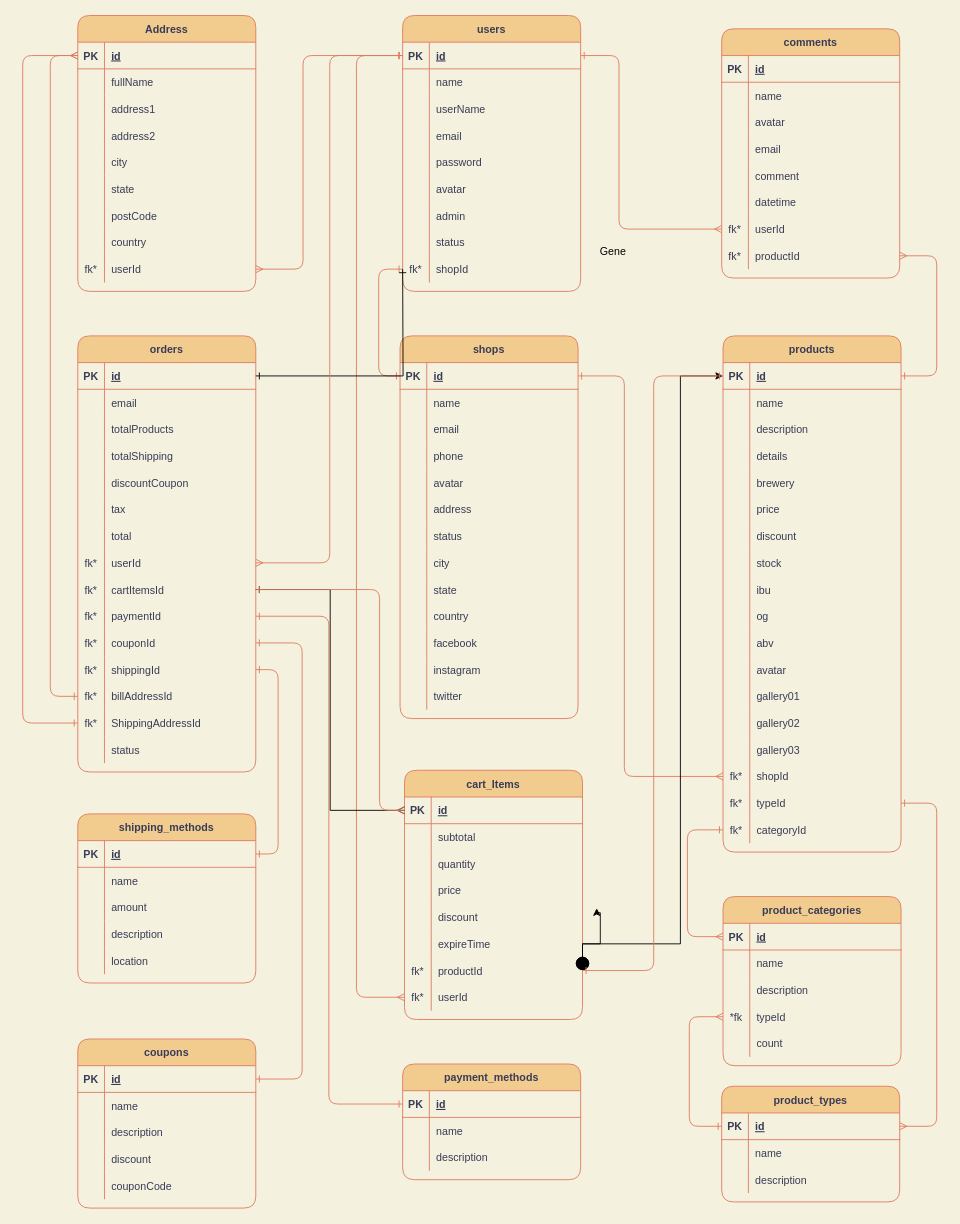
The draw.io diagram page "Page-1" (1 of 2) of database/model.drawio in 0920CDFSNCN27ARED/grupo-12, before the edit. Source tidied: cells renumbered, new cells numbered last; positions are measured from the earlier drawing's top-left corner, leaving out a move shared by most shapes. Both pictures are drawn from the tidied source at 89%, with x=0, y=0 at pixel (22, 15).
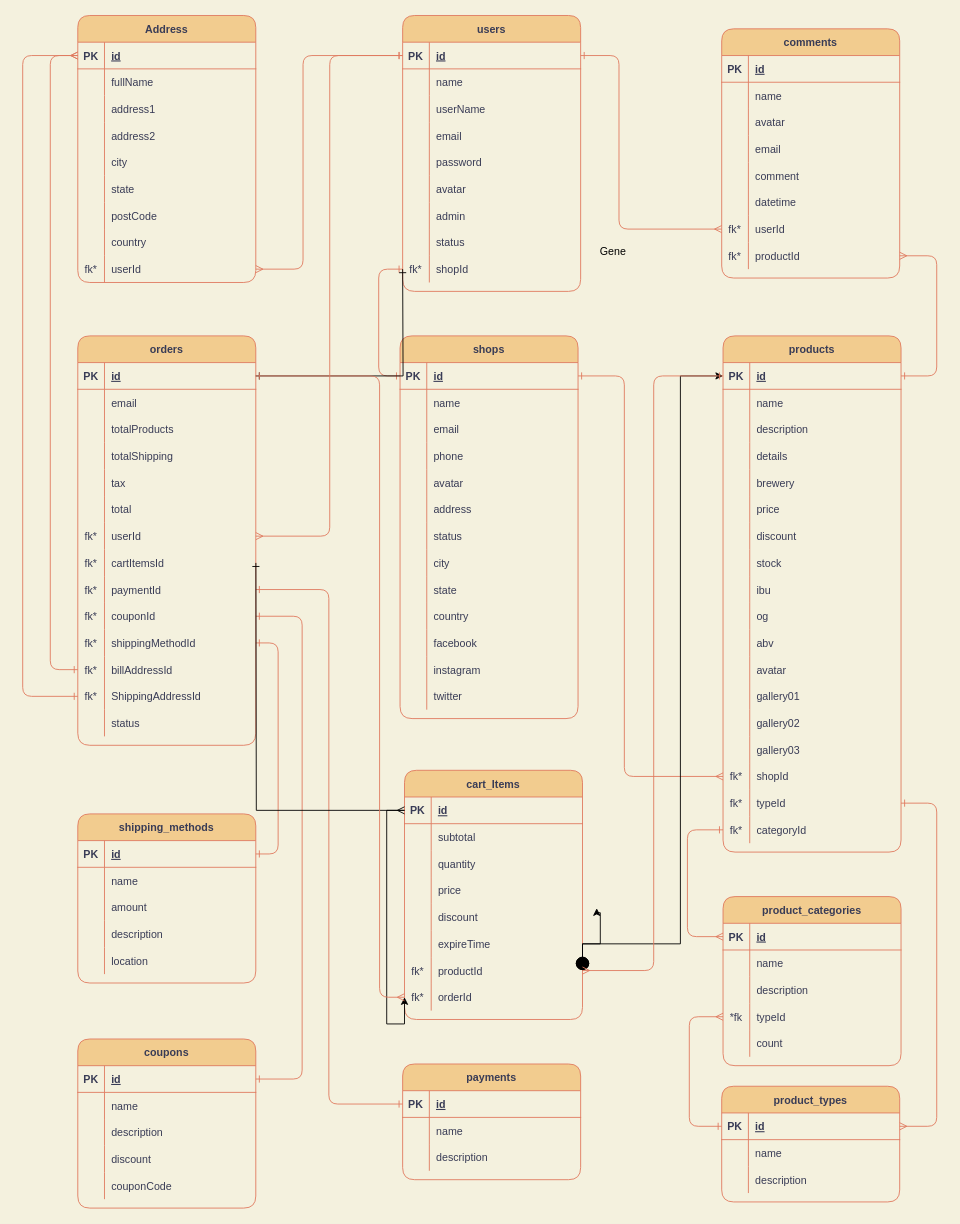
Above is the later version.

The change refers to these unchanged cells:
```xml
<mxCell id="3" style="shape=partialRectangle;fillColor=none;top=0;left=0;bottom=1;right=0;points=[[0,0.5],[1,0.5]];portConstraint=eastwest;rounded=1;strokeColor=#E07A5F;fontColor=#393C56;" parent="2" vertex="1">
  <mxGeometry y="30" width="200" height="30" as="geometry" />
</mxCell>
<mxCell id="56" style="shape=partialRectangle;fillColor=none;top=0;left=0;bottom=1;right=0;points=[[0,0.5],[1,0.5]];portConstraint=eastwest;rounded=1;strokeColor=#E07A5F;fontColor=#393C56;" parent="55" vertex="1">
  <mxGeometry y="30" width="200" height="30" as="geometry" />
</mxCell>
<mxCell id="111" style="shape=partialRectangle;fillColor=none;top=0;left=0;bottom=1;right=0;points=[[0,0.5],[1,0.5]];portConstraint=eastwest;rounded=1;strokeColor=#E07A5F;fontColor=#393C56;" parent="110" vertex="1">
  <mxGeometry y="30" width="200" height="30" as="geometry" />
</mxCell>
<mxCell id="157" style="shape=partialRectangle;fillColor=none;top=0;left=0;bottom=1;right=0;points=[[0,0.5],[1,0.5]];portConstraint=eastwest;rounded=1;strokeColor=#E07A5F;fontColor=#393C56;" parent="156" vertex="1">
  <mxGeometry y="30" width="200" height="30" as="geometry" />
</mxCell>
<mxCell id="183" style="shape=partialRectangle;fillColor=none;top=0;left=0;bottom=1;right=0;points=[[0,0.5],[1,0.5]];portConstraint=eastwest;rounded=1;strokeColor=#E07A5F;fontColor=#393C56;" parent="182" vertex="1">
  <mxGeometry y="30" width="200" height="30" as="geometry" />
</mxCell>
<mxCell id="198" value="cart_Items" style="shape=table;startSize=30;childLayout=tableLayout;rowLines=0;fontStyle=1;align=center;rounded=1;fillColor=#F2CC8F;strokeColor=#E07A5F;fontColor=#393C56;" parent="1" vertex="1">
  <mxGeometry x="429" y="848" width="200" height="280" as="geometry" />
</mxCell>
<mxCell id="199" style="shape=partialRectangle;fillColor=none;top=0;left=0;bottom=1;right=0;points=[[0,0.5],[1,0.5]];portConstraint=eastwest;rounded=1;strokeColor=#E07A5F;fontColor=#393C56;" parent="198" vertex="1">
  <mxGeometry y="30" width="200" height="30" as="geometry" />
</mxCell>
<mxCell id="217" style="shape=partialRectangle;fillColor=none;top=0;left=0;bottom=0;right=0;points=[[0,0.5],[1,0.5]];portConstraint=eastwest;rounded=1;strokeColor=#E07A5F;fontColor=#393C56;" parent="198" vertex="1">
  <mxGeometry y="210" width="200" height="30" as="geometry" />
</mxCell>
<mxCell id="220" style="shape=partialRectangle;fillColor=none;top=0;left=0;bottom=0;right=0;points=[[0,0.5],[1,0.5]];portConstraint=eastwest;rounded=1;strokeColor=#E07A5F;fontColor=#393C56;" parent="198" vertex="1">
  <mxGeometry y="240" width="200" height="30" as="geometry" />
</mxCell>
<mxCell id="224" style="shape=partialRectangle;fillColor=none;top=0;left=0;bottom=1;right=0;points=[[0,0.5],[1,0.5]];portConstraint=eastwest;rounded=1;strokeColor=#E07A5F;fontColor=#393C56;" parent="223" vertex="1">
  <mxGeometry y="30" width="200" height="30" as="geometry" />
</mxCell>
<mxCell id="307" style="shape=partialRectangle;fillColor=none;top=0;left=0;bottom=1;right=0;points=[[0,0.5],[1,0.5]];portConstraint=eastwest;rounded=1;strokeColor=#E07A5F;fontColor=#393C56;" parent="306" vertex="1">
  <mxGeometry y="30" width="200" height="30" as="geometry" />
</mxCell>
```

What changed in the source:
```diff
@@
     <mxCell id="110" value="orders" style="shape=table;startSize=30;childLayout=tableLayout;rowLines=0;fontStyle=1;align=center;rounded=1;fillColor=#F2CC8F;strokeColor=#E07A5F;fontColor=#393C56;" parent="1" vertex="1">
-      <mxGeometry x="61.9" y="359.9" width="200" height="490" as="geometry" />
+      <mxGeometry x="61.9" y="359.9" width="200" height="460" as="geometry" />
     </mxCell>
@@
-    <mxCell id="123" style="shape=partialRectangle;fillColor=none;top=0;left=0;bottom=0;right=0;rounded=1;strokeColor=#E07A5F;fontColor=#393C56;" parent="110" vertex="1">
-      <mxGeometry y="150" width="200" height="30" as="geometry" />
-    </mxCell>
-    <mxCell id="124" style="shape=partialRectangle;fillColor=none;top=0;left=0;bottom=0;right=0;overflow=hidden;rounded=1;strokeColor=#E07A5F;fontColor=#393C56;" parent="123" vertex="1">
-      <mxGeometry width="30" height="30" as="geometry" />
-    </mxCell>
-    <mxCell id="125" value="discountCoupon" style="shape=partialRectangle;fillColor=none;top=0;left=0;bottom=0;right=0;align=left;spacingLeft=6;overflow=hidden;rounded=1;strokeColor=#E07A5F;fontColor=#393C56;" parent="123" vertex="1">
-      <mxGeometry x="30" width="170" height="30" as="geometry" />
-    </mxCell>
     <mxCell id="126" style="shape=partialRectangle;fillColor=none;top=0;left=0;bottom=0;right=0;rounded=1;strokeColor=#E07A5F;fontColor=#393C56;" parent="110" vertex="1">
-      <mxGeometry y="180" width="200" height="30" as="geometry" />
+      <mxGeometry y="150" width="200" height="30" as="geometry" />
     </mxCell>
@@
     <mxCell id="129" style="shape=partialRectangle;fillColor=none;top=0;left=0;bottom=0;right=0;rounded=1;strokeColor=#E07A5F;fontColor=#393C56;" parent="110" vertex="1">
-      <mxGeometry y="210" width="200" height="30" as="geometry" />
+      <mxGeometry y="180" width="200" height="30" as="geometry" />
     </mxCell>
@@
     <mxCell id="132" style="shape=partialRectangle;fillColor=none;top=0;left=0;bottom=0;right=0;points=[[0,0.5],[1,0.5]];portConstraint=eastwest;rounded=1;strokeColor=#E07A5F;fontColor=#393C56;" parent="110" vertex="1">
-      <mxGeometry y="240" width="200" height="30" as="geometry" />
+      <mxGeometry y="210" width="200" height="30" as="geometry" />
     </mxCell>
@@
     <mxCell id="135" style="shape=partialRectangle;fillColor=none;top=0;left=0;bottom=0;right=0;points=[[0,0.5],[1,0.5]];portConstraint=eastwest;rounded=1;strokeColor=#E07A5F;fontColor=#393C56;" parent="110" vertex="1">
-      <mxGeometry y="270" width="200" height="30" as="geometry" />
+      <mxGeometry y="240" width="200" height="30" as="geometry" />
     </mxCell>
@@
     <mxCell id="138" style="shape=partialRectangle;fillColor=none;top=0;left=0;bottom=0;right=0;points=[[0,0.5],[1,0.5]];portConstraint=eastwest;rounded=1;strokeColor=#E07A5F;fontColor=#393C56;" parent="110" vertex="1">
-      <mxGeometry y="300" width="200" height="30" as="geometry" />
+      <mxGeometry y="270" width="200" height="30" as="geometry" />
     </mxCell>
@@
     <mxCell id="141" style="shape=partialRectangle;fillColor=none;top=0;left=0;bottom=0;right=0;points=[[0,0.5],[1,0.5]];portConstraint=eastwest;rounded=1;strokeColor=#E07A5F;fontColor=#393C56;" parent="110" vertex="1">
-      <mxGeometry y="330" width="200" height="30" as="geometry" />
+      <mxGeometry y="300" width="200" height="30" as="geometry" />
     </mxCell>
@@
     <mxCell id="144" style="shape=partialRectangle;fillColor=none;top=0;left=0;bottom=0;right=0;points=[[0,0.5],[1,0.5]];portConstraint=eastwest;rounded=1;strokeColor=#E07A5F;fontColor=#393C56;" parent="110" vertex="1">
-      <mxGeometry y="360" width="200" height="30" as="geometry" />
+      <mxGeometry y="330" width="200" height="30" as="geometry" />
     </mxCell>
@@
-    <mxCell id="146" value="shippingId" style="shape=partialRectangle;fillColor=none;top=0;left=0;bottom=0;right=0;align=left;spacingLeft=6;overflow=hidden;rounded=1;strokeColor=#E07A5F;fontColor=#393C56;" parent="144" vertex="1">
+    <mxCell id="146" value="shippingMethodId" style="shape=partialRectangle;fillColor=none;top=0;left=0;bottom=0;right=0;align=left;spacingLeft=6;overflow=hidden;rounded=1;strokeColor=#E07A5F;fontColor=#393C56;" parent="144" vertex="1">
       <mxGeometry x="30" width="170" height="30" as="geometry" />
     </mxCell>
     <mxCell id="147" style="shape=partialRectangle;fillColor=none;top=0;left=0;bottom=0;right=0;points=[[0,0.5],[1,0.5]];portConstraint=eastwest;rounded=1;strokeColor=#E07A5F;fontColor=#393C56;" parent="110" vertex="1">
-      <mxGeometry y="390" width="200" height="30" as="geometry" />
+      <mxGeometry y="360" width="200" height="30" as="geometry" />
     </mxCell>
@@
     <mxCell id="150" style="shape=partialRectangle;fillColor=none;top=0;left=0;bottom=0;right=0;points=[[0,0.5],[1,0.5]];portConstraint=eastwest;rounded=1;strokeColor=#E07A5F;fontColor=#393C56;" parent="110" vertex="1">
-      <mxGeometry y="420" width="200" height="30" as="geometry" />
+      <mxGeometry y="390" width="200" height="30" as="geometry" />
     </mxCell>
@@
     <mxCell id="153" style="shape=partialRectangle;fillColor=none;top=0;left=0;bottom=0;right=0;rounded=1;strokeColor=#E07A5F;fontColor=#393C56;" parent="110" vertex="1">
-      <mxGeometry y="450" width="200" height="30" as="geometry" />
+      <mxGeometry y="420" width="200" height="30" as="geometry" />
     </mxCell>
@@
-    <mxCell id="156" value="payment_methods" style="shape=table;startSize=30;childLayout=tableLayout;rowLines=0;fontStyle=1;align=center;rounded=1;fillColor=#F2CC8F;strokeColor=#E07A5F;fontColor=#393C56;" parent="1" vertex="1">
+    <mxCell id="156" value="payments" style="shape=table;startSize=30;childLayout=tableLayout;rowLines=0;fontStyle=1;align=center;rounded=1;fillColor=#F2CC8F;strokeColor=#E07A5F;fontColor=#393C56;" parent="1" vertex="1">
       <mxGeometry x="426.9" y="1178" width="200" height="130" as="geometry" />
     </mxCell>
@@
+    <mxCell id="339" style="edgeStyle=orthogonalEdgeStyle;rounded=0;jettySize=auto;html=1;entryX=0;entryY=0.5;entryDx=0;entryDy=0;" parent="198" edge="1" target="220">
+      <mxGeometry relative="1" as="geometry">
+        <mxPoint y="45" as="sourcePoint" />
+        <Array as="points">
+          <mxPoint x="-20" y="45" />
+          <mxPoint x="-20" y="285" />
+        </Array>
+      </mxGeometry>
+    </mxCell>
@@
-    <mxCell id="222" value="userId" style="shape=partialRectangle;fillColor=none;top=0;left=0;bottom=0;right=0;align=left;spacingLeft=6;overflow=hidden;rounded=1;strokeColor=#E07A5F;fontColor=#393C56;" parent="220" vertex="1">
-      <mxGeometry x="30" width="170" height="30" as="geometry" />
-    </mxCell>
+    <mxCell id="340" value="orderId" style="shape=partialRectangle;fillColor=none;top=0;left=0;bottom=0;right=0;align=left;spacingLeft=6;overflow=hidden;rounded=1;strokeColor=#E07A5F;fontColor=#393C56;" parent="220" vertex="1">
+      <mxGeometry x="30" width="170" height="30" as="geometry" />
+    </mxCell>
@@
     <mxCell id="239" style="edgeStyle=orthogonalEdgeStyle;jettySize=auto;html=1;entryX=1;entryY=0.5;entryDx=0;entryDy=0;startArrow=ERone;startFill=0;endArrow=ERone;endFill=0;labelBackgroundColor=#F4F1DE;strokeColor=#E07A5F;fontColor=#393C56;exitX=1;exitY=0.5;exitDx=0;exitDy=0;" parent="1" edge="1" source="144" target="183">
       <mxGeometry relative="1" as="geometry">
         <Array as="points">
-          <mxPoint x="287" y="735" />
+          <mxPoint x="287" y="705" />
           <mxPoint x="287" y="942" />
         </Array>
       </mxGeometry>
     </mxCell>
     <mxCell id="240" style="edgeStyle=orthogonalEdgeStyle;jettySize=auto;html=1;exitX=1;exitY=0.5;exitDx=0;exitDy=0;entryX=1;entryY=0.5;entryDx=0;entryDy=0;startArrow=ERone;startFill=0;endArrow=ERone;endFill=0;labelBackgroundColor=#F4F1DE;strokeColor=#E07A5F;fontColor=#393C56;" parent="1" edge="1" source="141" target="224">
       <mxGeometry relative="1" as="geometry">
         <Array as="points">
-          <mxPoint x="314" y="705" />
+          <mxPoint x="314" y="675" />
           <mxPoint x="314" y="1195" />
         </Array>
       </mxGeometry>
     </mxCell>
     <mxCell id="241" style="edgeStyle=orthogonalEdgeStyle;jettySize=auto;html=1;exitX=1;exitY=0.5;exitDx=0;exitDy=0;entryX=0;entryY=0.5;entryDx=0;entryDy=0;startArrow=ERone;startFill=0;endArrow=ERone;endFill=0;labelBackgroundColor=#F4F1DE;strokeColor=#E07A5F;fontColor=#393C56;" parent="1" edge="1" source="138" target="157">
       <mxGeometry relative="1" as="geometry">
         <Array as="points">
-          <mxPoint x="344" y="675" />
+          <mxPoint x="344" y="645" />
           <mxPoint x="344" y="1223" />
         </Array>
       </mxGeometry>
     </mxCell>
-    <mxCell id="242" style="edgeStyle=orthogonalEdgeStyle;jettySize=auto;html=1;exitX=0;exitY=0.5;exitDx=0;exitDy=0;entryX=0;entryY=0.5;entryDx=0;entryDy=0;startArrow=ERone;startFill=0;endArrow=ERmany;endFill=0;labelBackgroundColor=#F4F1DE;strokeColor=#E07A5F;fontColor=#393C56;" parent="1" edge="1" source="3" target="220">
+    <mxCell id="242" style="edgeStyle=orthogonalEdgeStyle;jettySize=auto;html=1;exitX=0;exitY=0.5;exitDx=0;exitDy=0;entryX=0;entryY=0.5;entryDx=0;entryDy=0;startArrow=ERone;startFill=0;endArrow=ERmany;endFill=0;labelBackgroundColor=#F4F1DE;strokeColor=#E07A5F;fontColor=#393C56;" parent="1" edge="1" source="3">
       <mxGeometry relative="1" as="geometry">
         <Array as="points">
           <mxPoint x="375" y="45" />
           <mxPoint x="375" y="1103" />
         </Array>
       </mxGeometry>
     </mxCell>
@@
-    <mxCell id="302" style="edgeStyle=orthogonalEdgeStyle;jettySize=auto;html=1;exitX=1;exitY=0.5;exitDx=0;exitDy=0;entryX=0;entryY=0.5;entryDx=0;entryDy=0;endArrow=ERone;endFill=0;startArrow=ERone;startFill=0;rounded=1;labelBackgroundColor=#F4F1DE;strokeColor=#E07A5F;fontColor=#393C56;" parent="1" edge="1" source="217" target="56">
-      <mxGeometry relative="1" as="geometry">
-        <Array as="points">
-          <mxPoint x="709" y="1073" />
-          <mxPoint x="709" y="405" />
-        </Array>
-      </mxGeometry>
-    </mxCell>
@@
     <mxCell id="305" style="edgeStyle=orthogonalEdgeStyle;rounded=1;jettySize=auto;html=1;startArrow=ERone;startFill=0;endArrow=ERmany;endFill=0;labelBackgroundColor=#F4F1DE;strokeColor=#E07A5F;fontColor=#393C56;exitX=0;exitY=0.5;exitDx=0;exitDy=0;entryX=1;entryY=0.5;entryDx=0;entryDy=0;" parent="1" edge="1" source="3" target="132">
       <mxGeometry relative="1" as="geometry">
         <Array as="points">
           <mxPoint x="345" y="45" />
-          <mxPoint x="345" y="615" />
+          <mxPoint x="345" y="585" />
         </Array>
       </mxGeometry>
     </mxCell>
     <mxCell id="306" value="Address" style="shape=table;startSize=30;childLayout=tableLayout;rowLines=0;fontStyle=1;align=center;rounded=1;fillColor=#F2CC8F;strokeColor=#E07A5F;fontColor=#393C56;" parent="1" vertex="1">
-      <mxGeometry x="61.9" y="-0.1" width="200" height="310" as="geometry" />
+      <mxGeometry x="61.9" y="-0.1" width="200" height="300" as="geometry" />
     </mxCell>
@@
     <mxCell id="335" style="edgeStyle=orthogonalEdgeStyle;jettySize=auto;html=1;startArrow=ERone;startFill=0;endArrow=ERmany;endFill=0;labelBackgroundColor=#F4F1DE;strokeColor=#E07A5F;fontColor=#393C56;exitX=0;exitY=0.5;exitDx=0;exitDy=0;entryX=0;entryY=0.5;entryDx=0;entryDy=0;" parent="1" edge="1" source="150" target="307">
       <mxGeometry relative="1" as="geometry">
         <Array as="points">
-          <mxPoint y="795" />
+          <mxPoint y="765" />
           <mxPoint y="45" />
         </Array>
       </mxGeometry>
     </mxCell>
     <mxCell id="336" style="edgeStyle=orthogonalEdgeStyle;jettySize=auto;html=1;startArrow=ERone;startFill=0;endArrow=ERmany;endFill=0;labelBackgroundColor=#F4F1DE;strokeColor=#E07A5F;fontColor=#393C56;entryX=0;entryY=0.5;entryDx=0;entryDy=0;exitX=0;exitY=0.5;exitDx=0;exitDy=0;" parent="1" edge="1" source="147" target="307">
       <mxGeometry relative="1" as="geometry">
         <Array as="points">
-          <mxPoint x="31" y="765" />
+          <mxPoint x="31" y="735" />
           <mxPoint x="31" y="45" />
         </Array>
       </mxGeometry>
     </mxCell>
-    <mxCell id="337" style="edgeStyle=orthogonalEdgeStyle;rounded=0;jettySize=auto;html=1;exitX=1;exitY=0.5;exitDx=0;exitDy=0;entryX=0;entryY=0.5;entryDx=0;entryDy=0;startArrow=ERone;startFill=0;endArrow=ERmany;endFill=0;" parent="1" edge="1" source="135" target="199">
-      <mxGeometry relative="1" as="geometry" />
+    <mxCell id="337" style="edgeStyle=orthogonalEdgeStyle;rounded=0;jettySize=auto;html=1;entryX=0;entryY=0.5;entryDx=0;entryDy=0;startArrow=ERone;startFill=0;endArrow=ERmany;endFill=0;" parent="1" edge="1" target="199">
+      <mxGeometry relative="1" as="geometry">
+        <mxPoint x="262" y="615" as="sourcePoint" />
+      </mxGeometry>
     </mxCell>
-    <mxCell id="338" style="edgeStyle=orthogonalEdgeStyle;jettySize=auto;html=1;entryX=0;entryY=0.5;entryDx=0;entryDy=0;startArrow=ERone;startFill=0;endArrow=ERmany;endFill=0;labelBackgroundColor=#F4F1DE;strokeColor=#E07A5F;fontColor=#393C56;exitX=1;exitY=0.5;exitDx=0;exitDy=0;" parent="1" edge="1" source="135" target="199">
+    <mxCell id="338" style="edgeStyle=orthogonalEdgeStyle;jettySize=auto;html=1;startArrow=ERone;startFill=0;endArrow=ERmany;endFill=0;labelBackgroundColor=#F4F1DE;strokeColor=#E07A5F;fontColor=#393C56;exitX=1;exitY=0.5;exitDx=0;exitDy=0;entryX=0;entryY=0.5;entryDx=0;entryDy=0;" parent="1" edge="1" source="111" target="220">
       <mxGeometry relative="1" as="geometry">
         <Array as="points">
-          <mxPoint x="401" y="645" />
-          <mxPoint x="401" y="893" />
+          <mxPoint x="401" y="405" />
+          <mxPoint x="401" y="1103" />
         </Array>
       </mxGeometry>
     </mxCell>
+    <mxCell id="302" style="edgeStyle=orthogonalEdgeStyle;jettySize=auto;html=1;exitX=1;exitY=0.5;exitDx=0;exitDy=0;entryX=0;entryY=0.5;entryDx=0;entryDy=0;endArrow=ERone;endFill=0;startArrow=ERmany;startFill=0;rounded=1;labelBackgroundColor=#F4F1DE;strokeColor=#E07A5F;fontColor=#393C56;" parent="1" edge="1" source="217" target="56">
+      <mxGeometry relative="1" as="geometry">
+        <Array as="points">
+          <mxPoint x="709" y="1073" />
+          <mxPoint x="709" y="405" />
+        </Array>
+      </mxGeometry>
+    </mxCell>
```
